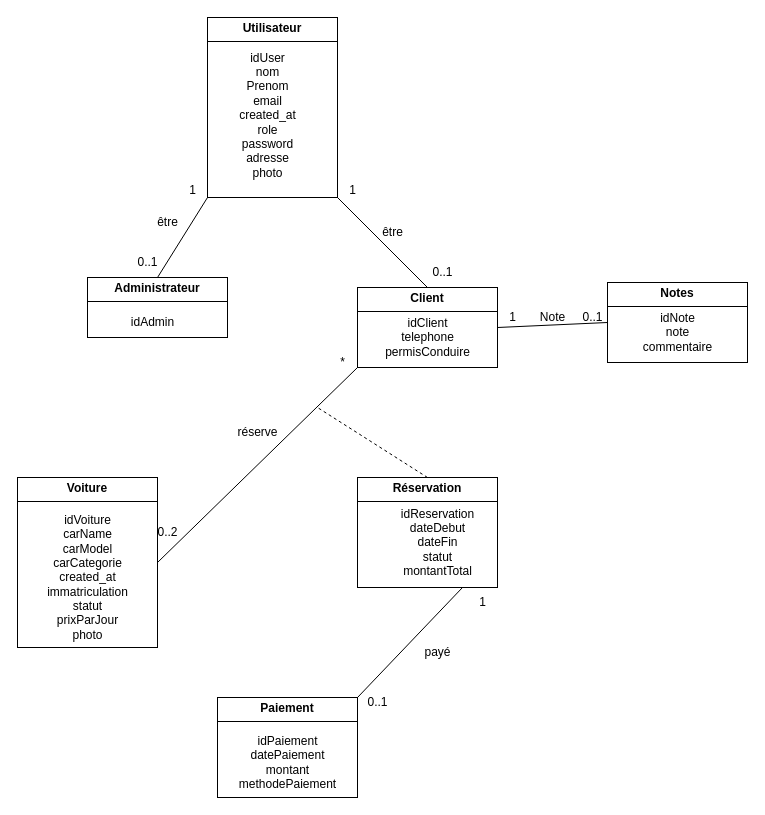
Earlier version of the draw.io diagram conception/db-model.drawio (Marcel-Fassou-28/rentcar_project). Source tidied: cells renumbered, new cells numbered last; positions are measured from the earlier drawing's top-left corner, leaving out a move shared by most shapes. Both pictures are drawn from the tidied source at 100%, with x=0, y=0 at pixel (17, 17).
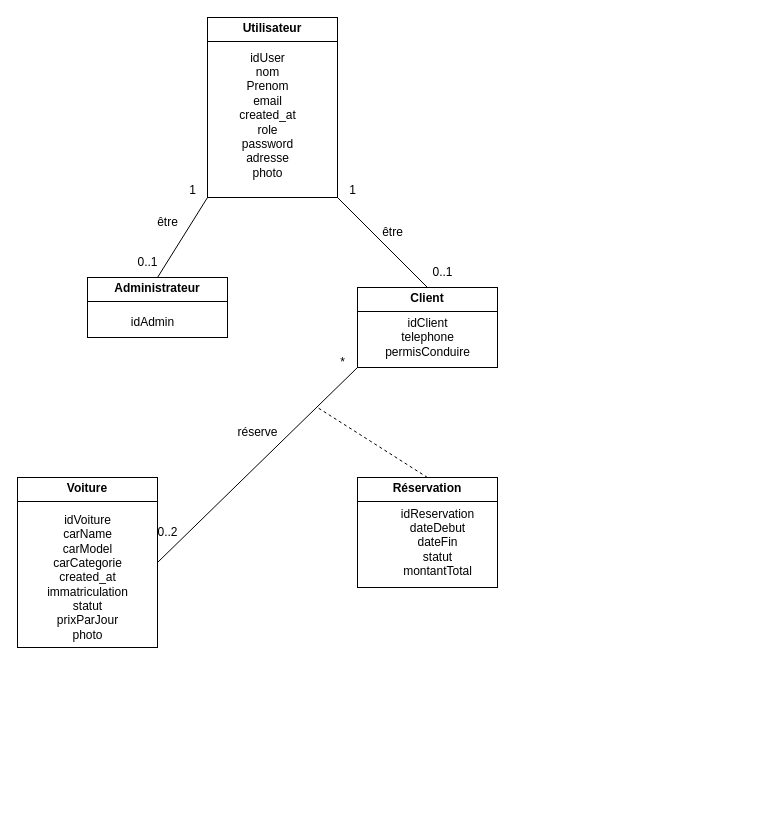
The same page after the edit.

The change refers to these unchanged cells:
```xml
<mxCell id="4" value="&lt;p style=&quot;margin:0px;margin-top:4px;text-align:center;&quot;&gt;&lt;b&gt;Client&lt;/b&gt;&lt;/p&gt;&lt;hr size=&quot;1&quot; style=&quot;border-style:solid;&quot;&gt;&lt;div style=&quot;height:2px;&quot;&gt;&lt;/div&gt;" style="verticalAlign=top;align=left;overflow=fill;html=1;whiteSpace=wrap;" parent="1" vertex="1">
  <mxGeometry x="340" y="270" width="140" height="80" as="geometry" />
</mxCell>
<mxCell id="6" value="&lt;p style=&quot;margin:0px;margin-top:4px;text-align:center;&quot;&gt;&lt;b&gt;Réservation&lt;/b&gt;&lt;/p&gt;&lt;hr size=&quot;1&quot; style=&quot;border-style:solid;&quot;&gt;&lt;div style=&quot;height:2px;&quot;&gt;&lt;/div&gt;" style="verticalAlign=top;align=left;overflow=fill;html=1;whiteSpace=wrap;" parent="1" vertex="1">
  <mxGeometry x="340" y="460" width="140" height="110" as="geometry" />
</mxCell>
```

What changed in the source:
```diff
@@
-    <mxCell id="7" value="&lt;p style=&quot;margin:0px;margin-top:4px;text-align:center;&quot;&gt;&lt;b&gt;Paiement&lt;/b&gt;&lt;/p&gt;&lt;hr size=&quot;1&quot; style=&quot;border-style:solid;&quot;&gt;&lt;div style=&quot;height:2px;&quot;&gt;&lt;/div&gt;" style="verticalAlign=top;align=left;overflow=fill;html=1;whiteSpace=wrap;" parent="1" vertex="1">
-      <mxGeometry x="200" y="680" width="140" height="100" as="geometry" />
-    </mxCell>
@@
-    <mxCell id="11" value="idPaiement&lt;div&gt;datePaiement&lt;/div&gt;&lt;div&gt;montant&lt;/div&gt;&lt;div&gt;methodePaiement&lt;/div&gt;" style="text;html=1;align=center;verticalAlign=middle;strokeColor=none;fillColor=none;strokeWidth=0;" parent="1" vertex="1">
-      <mxGeometry x="210" y="710" width="120" height="70" as="geometry" />
-    </mxCell>
@@
-    <mxCell id="18" style="endArrow=none;html=1;exitX=1;exitY=0;exitDx=0;exitDy=0;entryX=0.75;entryY=1;entryDx=0;entryDy=0;" parent="1" edge="1" source="7" target="6">
-      <mxGeometry relative="1" as="geometry" />
-    </mxCell>
@@
-    <mxCell id="20" value="payé" style="text;html=1;align=center;verticalAlign=middle;strokeColor=none;fillColor=none;" parent="1" vertex="1">
-      <mxGeometry x="395" y="620" width="50" height="30" as="geometry" />
-    </mxCell>
@@
-    <mxCell id="22" value="1" style="text;html=1;align=center;verticalAlign=middle;strokeColor=none;fillColor=none;" parent="1" vertex="1">
-      <mxGeometry x="450" y="570" width="30" height="30" as="geometry" />
-    </mxCell>
@@
-    <mxCell id="24" value="0..1" style="text;html=1;align=center;verticalAlign=middle;strokeColor=none;fillColor=none;" parent="1" vertex="1">
-      <mxGeometry x="340" y="670" width="40" height="30" as="geometry" />
-    </mxCell>
@@
-    <mxCell id="31" value="&lt;p style=&quot;margin:0px;margin-top:4px;text-align:center;&quot;&gt;&lt;b&gt;Notes&lt;/b&gt;&lt;/p&gt;&lt;hr size=&quot;1&quot; style=&quot;border-style:solid;&quot;&gt;&lt;div style=&quot;height:2px;&quot;&gt;&lt;/div&gt;" style="verticalAlign=top;align=left;overflow=fill;html=1;whiteSpace=wrap;" parent="1" vertex="1">
-      <mxGeometry x="590" y="265" width="140" height="80" as="geometry" />
-    </mxCell>
-    <mxCell id="32" value="&lt;div&gt;idNote&lt;/div&gt;note&lt;br&gt;&lt;div&gt;commentaire&lt;/div&gt;" style="text;html=1;align=center;verticalAlign=middle;strokeColor=none;fillColor=none;" parent="1" vertex="1">
-      <mxGeometry x="615" y="285" width="90" height="60" as="geometry" />
-    </mxCell>
-    <mxCell id="33" style="endArrow=none;html=1;exitX=1;exitY=0.5;exitDx=0;exitDy=0;entryX=0;entryY=0.5;entryDx=0;entryDy=0;" parent="1" edge="1" source="4" target="31">
-      <mxGeometry relative="1" as="geometry" />
-    </mxCell>
-    <mxCell id="34" value="1" style="text;html=1;align=center;verticalAlign=middle;strokeColor=none;fillColor=none;" parent="1" vertex="1">
-      <mxGeometry x="480" y="285" width="30" height="30" as="geometry" />
-    </mxCell>
-    <mxCell id="35" value="0..1" style="text;html=1;align=center;verticalAlign=middle;strokeColor=none;fillColor=none;" parent="1" vertex="1">
-      <mxGeometry x="555" y="285" width="40" height="30" as="geometry" />
-    </mxCell>
-    <mxCell id="36" value="Note" style="text;html=1;align=center;verticalAlign=middle;strokeColor=none;fillColor=none;" parent="1" vertex="1">
-      <mxGeometry x="510" y="285" width="50" height="30" as="geometry" />
-    </mxCell>
```
